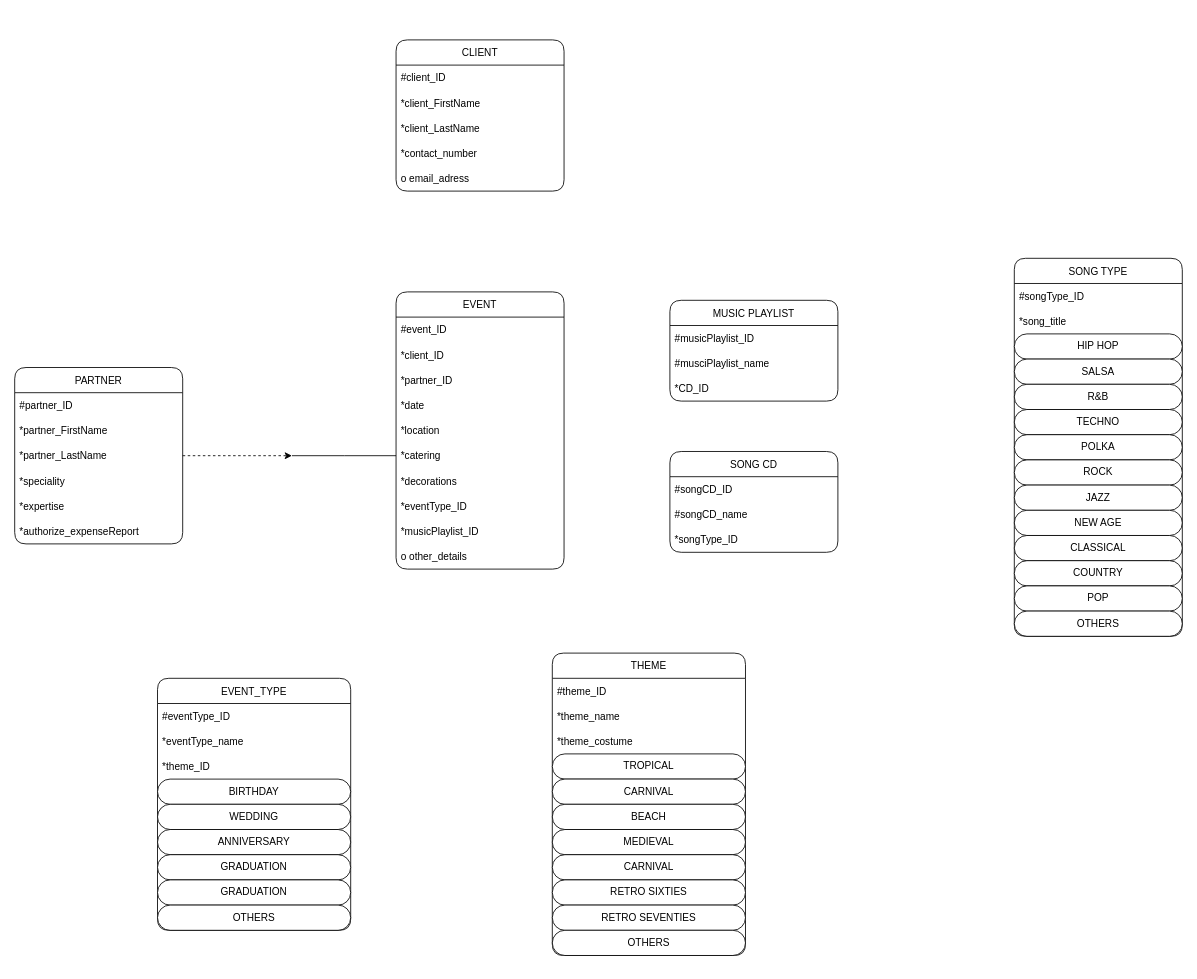
iamdaniaph/ERD keeps this draw.io diagram as BoonDJs.drawio. Above is the earlier version. Source tidied: cells renumbered, new cells numbered last; positions are measured from the earlier drawing's top-left corner, leaving out a move shared by most shapes. Both pictures are drawn from the tidied source at 84%, with x=0, y=0 at pixel (14, 39).
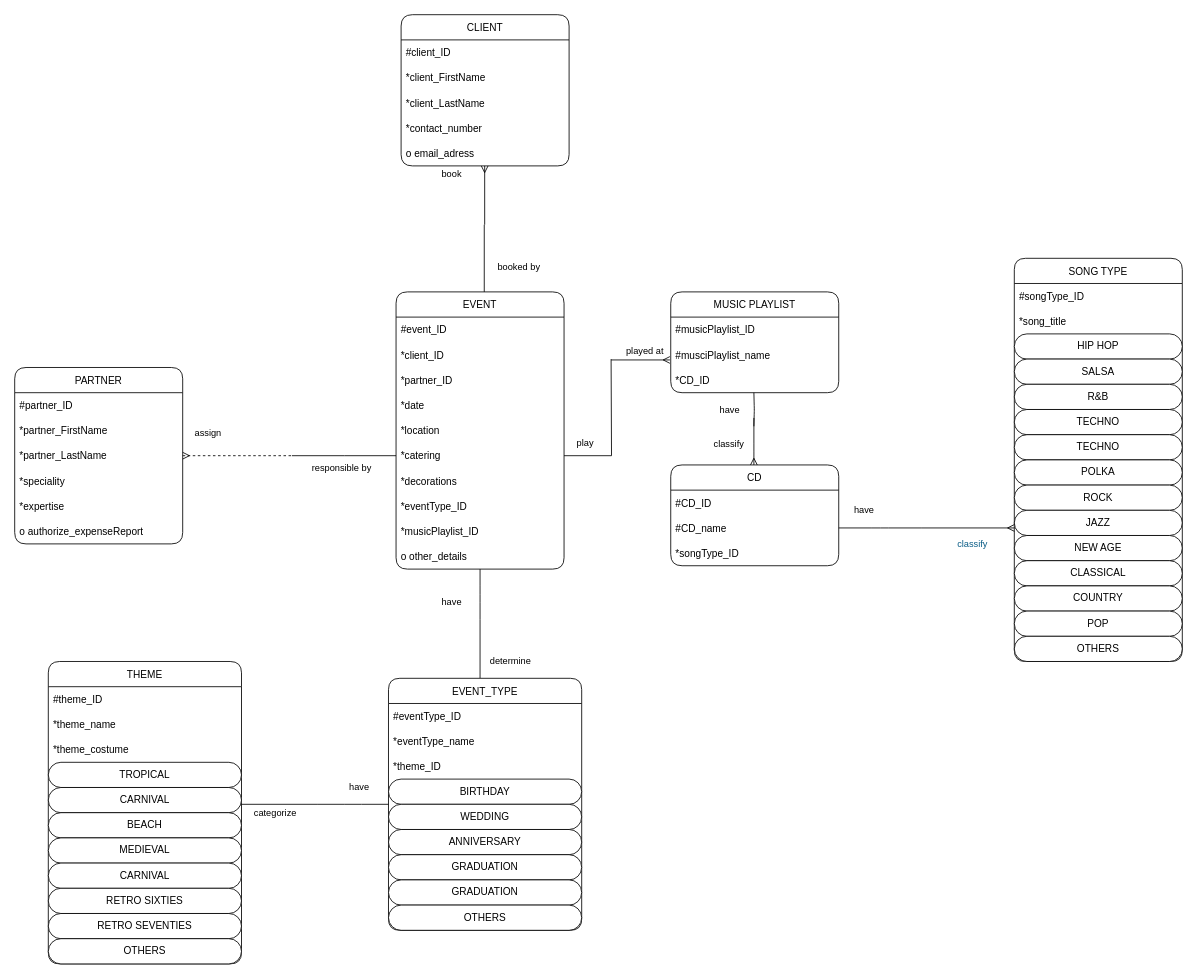
The same page after the edit.

The change refers to these unchanged cells:
```xml
<mxCell id="2" value="PARTNER" style="swimlane;fontStyle=0;horizontal=1;startSize=30;rounded=1;" parent="1" vertex="1">
  <mxGeometry y="390" width="200" height="210" as="geometry" />
</mxCell>
<mxCell id="5" value="*partner_LastName" style="text;strokeColor=none;fillColor=none;align=left;verticalAlign=middle;spacingLeft=4;spacingRight=4;overflow=hidden;points=[[0,0.5],[1,0.5]];portConstraint=eastwest;" parent="2" vertex="1">
  <mxGeometry y="90" width="200" height="30" as="geometry" />
</mxCell>
<mxCell id="9" value="EVENT" style="swimlane;fontStyle=0;horizontal=1;startSize=30;rounded=1;" parent="1" vertex="1">
  <mxGeometry x="454" y="300" width="200" height="330" as="geometry" />
</mxCell>
<mxCell id="15" value="*catering" style="text;strokeColor=none;fillColor=none;align=left;verticalAlign=middle;spacingLeft=4;spacingRight=4;overflow=hidden;points=[[0,0.5],[1,0.5]];portConstraint=eastwest;" parent="9" vertex="1">
  <mxGeometry y="180" width="200" height="30" as="geometry" />
</mxCell>
```

Diff of the diagram source:
```diff
@@
-    <mxCell id="8" value="*authorize_expenseReport" style="text;strokeColor=none;fillColor=none;align=left;verticalAlign=middle;spacingLeft=4;spacingRight=4;overflow=hidden;" parent="2" vertex="1">
+    <mxCell id="8" value="o authorize_expenseReport" style="text;strokeColor=none;fillColor=none;align=left;verticalAlign=middle;spacingLeft=4;spacingRight=4;overflow=hidden;" parent="2" vertex="1">
       <mxGeometry y="180" width="200" height="30" as="geometry" />
     </mxCell>
+    <mxCell id="73" value="have" style="edgeStyle=orthogonalEdgeStyle;curved=0;rounded=1;sketch=0;jettySize=auto;html=1;fontColor=#000000;startArrow=none;startFill=0;endArrow=none;endFill=0;strokeColor=#000000;fillColor=#F694C1;" parent="1" edge="1" source="9">
+      <mxGeometry x="0.33" y="-34" relative="1" as="geometry">
+        <mxPoint x="554" y="690" as="targetPoint" />
+      </mxGeometry>
+    </mxCell>
@@
     <mxCell id="20" value="CLIENT" style="swimlane;fontStyle=0;horizontal=1;startSize=30;rounded=1;" parent="1" vertex="1">
-      <mxGeometry x="454" width="200" height="180" as="geometry" />
+      <mxGeometry x="460" y="-30" width="200" height="180" as="geometry" />
     </mxCell>
@@
+    <mxCell id="74" value="have" style="edgeStyle=orthogonalEdgeStyle;curved=0;rounded=1;sketch=0;orthogonalLoop=1;jettySize=auto;html=1;fontColor=#000000;startArrow=none;startFill=0;endArrow=none;endFill=0;strokeColor=#000000;fillColor=#F694C1;" parent="1" edge="1">
+      <mxGeometry y="30" relative="1" as="geometry">
+        <mxPoint x="880" y="420" as="sourcePoint" />
+        <mxPoint x="880" y="460" as="targetPoint" />
+      </mxGeometry>
+    </mxCell>
     <mxCell id="26" value="MUSIC PLAYLIST" style="swimlane;fontStyle=0;horizontal=1;startSize=30;rounded=1;" parent="1" vertex="1">
-      <mxGeometry x="780" y="310" width="200" height="120" as="geometry" />
+      <mxGeometry x="781" y="300" width="200" height="120" as="geometry" />
     </mxCell>
@@
+    <mxCell id="75" value="categorize" style="edgeStyle=orthogonalEdgeStyle;curved=0;rounded=1;sketch=0;orthogonalLoop=1;jettySize=auto;html=1;fontColor=#000000;startArrow=none;startFill=0;endArrow=none;endFill=0;strokeColor=#000000;fillColor=#F694C1;" parent="1" edge="1">
+      <mxGeometry x="-0.11" y="-10" relative="1" as="geometry">
+        <mxPoint x="270" y="910" as="sourcePoint" />
+        <mxPoint x="360" y="910" as="targetPoint" />
+      </mxGeometry>
+    </mxCell>
     <mxCell id="30" value="THEME" style="swimlane;fontStyle=0;horizontal=1;startSize=30;rounded=1;" parent="1" vertex="1">
-      <mxGeometry x="640" y="730" width="230" height="360" as="geometry" />
+      <mxGeometry x="40" y="740" width="230" height="360" as="geometry" />
     </mxCell>
@@
+    <mxCell id="76" value="determine" style="edgeStyle=orthogonalEdgeStyle;curved=0;rounded=1;sketch=0;orthogonalLoop=1;jettySize=auto;html=1;fontColor=#000000;startArrow=none;startFill=0;endArrow=none;endFill=0;strokeColor=#000000;fillColor=#F694C1;" parent="1" edge="1">
+      <mxGeometry x="-0.43" y="-36" relative="1" as="geometry">
+        <mxPoint x="554" y="760" as="sourcePoint" />
+        <mxPoint x="554" y="690" as="targetPoint" />
+      </mxGeometry>
+    </mxCell>
+    <mxCell id="77" value="have" style="edgeStyle=orthogonalEdgeStyle;curved=0;rounded=1;sketch=0;jettySize=auto;html=1;fontColor=#000000;startArrow=none;startFill=0;endArrow=none;endFill=0;strokeColor=#000000;fillColor=#F694C1;" parent="1" edge="1" source="42">
+      <mxGeometry x="-0.18" y="-20" relative="1" as="geometry">
+        <mxPoint x="360" y="910" as="targetPoint" />
+      </mxGeometry>
+    </mxCell>
     <mxCell id="42" value="EVENT_TYPE" style="swimlane;fontStyle=0;horizontal=1;startSize=30;rounded=1;" parent="1" vertex="1">
-      <mxGeometry x="170" y="760" width="230" height="300" as="geometry" />
+      <mxGeometry x="445" y="760" width="230" height="300" as="geometry" />
     </mxCell>
@@
+    <mxCell id="78" value="classify" style="edgeStyle=orthogonalEdgeStyle;curved=0;rounded=1;sketch=0;jettySize=auto;html=1;fontColor=#000000;strokeColor=#000000;fillColor=#F694C1;endArrow=none;endFill=0;startArrow=ERmany;startFill=0;" parent="1" edge="1" source="52">
+      <mxGeometry x="-0.07" y="30" relative="1" as="geometry">
+        <mxPoint x="880" y="450" as="targetPoint" />
+        <Array as="points">
+          <mxPoint x="880" y="490" />
+          <mxPoint x="880" y="490" />
+        </Array>
+        <mxPoint y="1" as="offset" />
+      </mxGeometry>
+    </mxCell>
-    <mxCell id="52" value="SONG CD" style="swimlane;fontStyle=0;horizontal=1;startSize=30;rounded=1;" parent="1" vertex="1">
-      <mxGeometry x="780" y="490" width="200" height="120" as="geometry" />
+    <mxCell id="52" value="CD" style="swimlane;fontStyle=0;horizontal=1;startSize=30;rounded=1;" parent="1" vertex="1">
+      <mxGeometry x="781" y="506" width="200" height="120" as="geometry" />
     </mxCell>
-    <mxCell id="53" value="#songCD_ID" style="text;strokeColor=none;fillColor=none;align=left;verticalAlign=middle;spacingLeft=4;spacingRight=4;overflow=hidden;" parent="52" vertex="1">
+    <mxCell id="53" value="#CD_ID" style="text;strokeColor=none;fillColor=none;align=left;verticalAlign=middle;spacingLeft=4;spacingRight=4;overflow=hidden;" parent="52" vertex="1">
       <mxGeometry y="30" width="200" height="30" as="geometry" />
     </mxCell>
-    <mxCell id="54" value="#songCD_name" style="text;strokeColor=none;fillColor=none;align=left;verticalAlign=middle;spacingLeft=4;spacingRight=4;overflow=hidden;points=[[0,0.5],[1,0.5]];portConstraint=eastwest;" parent="52" vertex="1">
+    <mxCell id="54" value="#CD_name" style="text;strokeColor=none;fillColor=none;align=left;verticalAlign=middle;spacingLeft=4;spacingRight=4;overflow=hidden;points=[[0,0.5],[1,0.5]];portConstraint=eastwest;" parent="52" vertex="1">
       <mxGeometry y="60" width="200" height="30" as="geometry" />
     </mxCell>
@@
     <mxCell id="56" value="SONG TYPE" style="swimlane;fontStyle=0;horizontal=1;startSize=30;rounded=1;" parent="1" vertex="1">
-      <mxGeometry x="1190" y="260" width="200" height="450" as="geometry" />
+      <mxGeometry x="1190" y="260" width="200" height="480" as="geometry" />
     </mxCell>
@@
+    <mxCell id="79" value="TECHNO" style="rounded=1;whiteSpace=wrap;html=1;arcSize=50;" parent="56" vertex="1">
+      <mxGeometry y="180" width="200" height="30" as="geometry" />
+    </mxCell>
     <mxCell id="62" value="TECHNO" style="rounded=1;whiteSpace=wrap;html=1;arcSize=50;" parent="56" vertex="1">
-      <mxGeometry y="180" width="200" height="30" as="geometry" />
+      <mxGeometry y="210" width="200" height="30" as="geometry" />
     </mxCell>
     <mxCell id="63" value="POLKA" style="rounded=1;whiteSpace=wrap;html=1;arcSize=50;" parent="56" vertex="1">
-      <mxGeometry y="210" width="200" height="30" as="geometry" />
+      <mxGeometry y="240" width="200" height="30" as="geometry" />
     </mxCell>
     <mxCell id="64" value="ROCK" style="rounded=1;whiteSpace=wrap;html=1;arcSize=50;" parent="56" vertex="1">
-      <mxGeometry y="240" width="200" height="30" as="geometry" />
+      <mxGeometry y="270" width="200" height="30" as="geometry" />
     </mxCell>
     <mxCell id="65" value="JAZZ" style="rounded=1;whiteSpace=wrap;html=1;arcSize=50;" parent="56" vertex="1">
-      <mxGeometry y="270" width="200" height="30" as="geometry" />
+      <mxGeometry y="300" width="200" height="30" as="geometry" />
     </mxCell>
     <mxCell id="66" value="NEW AGE" style="rounded=1;whiteSpace=wrap;html=1;arcSize=50;" parent="56" vertex="1">
-      <mxGeometry y="300" width="200" height="30" as="geometry" />
+      <mxGeometry y="330" width="200" height="30" as="geometry" />
     </mxCell>
     <mxCell id="67" value="CLASSICAL" style="rounded=1;whiteSpace=wrap;html=1;arcSize=50;" parent="56" vertex="1">
-      <mxGeometry y="330" width="200" height="30" as="geometry" />
+      <mxGeometry y="360" width="200" height="30" as="geometry" />
     </mxCell>
     <mxCell id="68" value="COUNTRY" style="rounded=1;whiteSpace=wrap;html=1;arcSize=50;" parent="56" vertex="1">
-      <mxGeometry y="360" width="200" height="30" as="geometry" />
+      <mxGeometry y="390" width="200" height="30" as="geometry" />
     </mxCell>
     <mxCell id="69" value="POP" style="rounded=1;whiteSpace=wrap;html=1;arcSize=50;" parent="56" vertex="1">
-      <mxGeometry y="390" width="200" height="30" as="geometry" />
+      <mxGeometry y="420" width="200" height="30" as="geometry" />
     </mxCell>
     <mxCell id="70" value="OTHERS" style="rounded=1;whiteSpace=wrap;html=1;arcSize=50;" parent="56" vertex="1">
-      <mxGeometry y="420" width="200" height="30" as="geometry" />
+      <mxGeometry y="450" width="200" height="30" as="geometry" />
     </mxCell>
-    <mxCell id="71" style="edgeStyle=orthogonalEdgeStyle;rounded=0;jettySize=auto;html=1;exitX=1;exitY=0.5;exitDx=0;exitDy=0;dashed=1;" parent="1" edge="1" source="5">
-      <mxGeometry relative="1" as="geometry">
+    <mxCell id="71" value="assign" style="edgeStyle=orthogonalEdgeStyle;rounded=0;orthogonalLoop=1;jettySize=auto;html=1;exitX=1;exitY=0.5;exitDx=0;exitDy=0;dashed=1;endArrow=none;endFill=0;startArrow=ERmany;startFill=0;" parent="1" edge="1">
+      <mxGeometry x="-0.54" y="27" relative="1" as="geometry">
+        <mxPoint x="200" y="495" as="sourcePoint" />
         <mxPoint x="330" y="495" as="targetPoint" />
       </mxGeometry>
     </mxCell>
-    <mxCell id="72" style="edgeStyle=orthogonalEdgeStyle;rounded=0;jettySize=auto;html=1;exitX=0;exitY=0.5;exitDx=0;exitDy=0;endArrow=none;endFill=0;" parent="1" edge="1" source="15">
-      <mxGeometry relative="1" as="geometry">
+    <mxCell id="72" value="responsible by" style="edgeStyle=orthogonalEdgeStyle;rounded=0;jettySize=auto;html=1;exitX=0;exitY=0.5;exitDx=0;exitDy=0;endArrow=none;endFill=0;" parent="1" edge="1" source="15">
+      <mxGeometry x="0.03" y="15" relative="1" as="geometry">
         <mxPoint x="330" y="495" as="targetPoint" />
+        <mxPoint x="-1" as="offset" />
       </mxGeometry>
     </mxCell>
+    <mxCell id="80" value="booked by" style="edgeStyle=orthogonalEdgeStyle;rounded=0;orthogonalLoop=1;jettySize=auto;html=1;endArrow=none;endFill=0;exitX=0.53;exitY=0;exitDx=0;exitDy=0;exitPerimeter=0;" parent="1" edge="1">
+      <mxGeometry x="-0.25" y="-41" relative="1" as="geometry">
+        <mxPoint x="559" y="300" as="sourcePoint" />
+        <mxPoint x="559" y="220" as="targetPoint" />
+      </mxGeometry>
+    </mxCell>
+    <mxCell id="81" value="book" style="edgeStyle=orthogonalEdgeStyle;rounded=0;orthogonalLoop=1;jettySize=auto;html=1;endArrow=ERmany;endFill=0;exitX=0.53;exitY=0;exitDx=0;exitDy=0;exitPerimeter=0;startArrow=none;startFill=0;" parent="1" edge="1">
+      <mxGeometry x="0.71" y="40" relative="1" as="geometry">
+        <mxPoint x="559.5" y="220" as="sourcePoint" />
+        <mxPoint x="559.5" y="150" as="targetPoint" />
+      </mxGeometry>
+    </mxCell>
+    <mxCell id="82" value="play" style="edgeStyle=orthogonalEdgeStyle;rounded=0;jettySize=auto;html=1;exitX=1;exitY=0.5;exitDx=0;exitDy=0;startArrow=none;startFill=0;endArrow=none;endFill=0;" parent="1" edge="1" source="15">
+      <mxGeometry x="-0.7" y="15" relative="1" as="geometry">
+        <mxPoint x="710" y="380" as="targetPoint" />
+        <mxPoint x="-1" as="offset" />
+      </mxGeometry>
+    </mxCell>
+    <mxCell id="83" value="played at" style="edgeStyle=orthogonalEdgeStyle;rounded=0;orthogonalLoop=1;jettySize=auto;html=1;exitX=0;exitY=0.5;exitDx=0;exitDy=0;startArrow=ERmany;startFill=0;endArrow=none;endFill=0;" parent="1" edge="1">
+      <mxGeometry x="-0.14" y="-11" relative="1" as="geometry">
+        <mxPoint x="780" y="381" as="sourcePoint" />
+        <mxPoint x="710" y="381" as="targetPoint" />
+      </mxGeometry>
+    </mxCell>
+    <mxCell id="84" value="classify" style="edgeStyle=orthogonalEdgeStyle;curved=0;rounded=1;sketch=0;orthogonalLoop=1;jettySize=auto;html=1;fontColor=#095C86;startArrow=ERmany;startFill=0;endArrow=none;endFill=0;strokeColor=#000000;fillColor=#F694C1;" parent="1" edge="1">
+      <mxGeometry x="-0.09" y="19" relative="1" as="geometry">
+        <mxPoint x="1190" y="581" as="sourcePoint" />
+        <mxPoint x="1080" y="581" as="targetPoint" />
+      </mxGeometry>
+    </mxCell>
+    <mxCell id="85" value="have" style="edgeStyle=orthogonalEdgeStyle;curved=0;rounded=1;sketch=0;jettySize=auto;html=1;fontColor=#000000;startArrow=none;startFill=0;endArrow=none;endFill=0;strokeColor=#000000;fillColor=#F694C1;" parent="1" edge="1" source="54">
+      <mxGeometry x="-0.41" y="21" relative="1" as="geometry">
+        <mxPoint x="1080" y="581" as="targetPoint" />
+        <mxPoint x="1" as="offset" />
+      </mxGeometry>
+    </mxCell>
```
